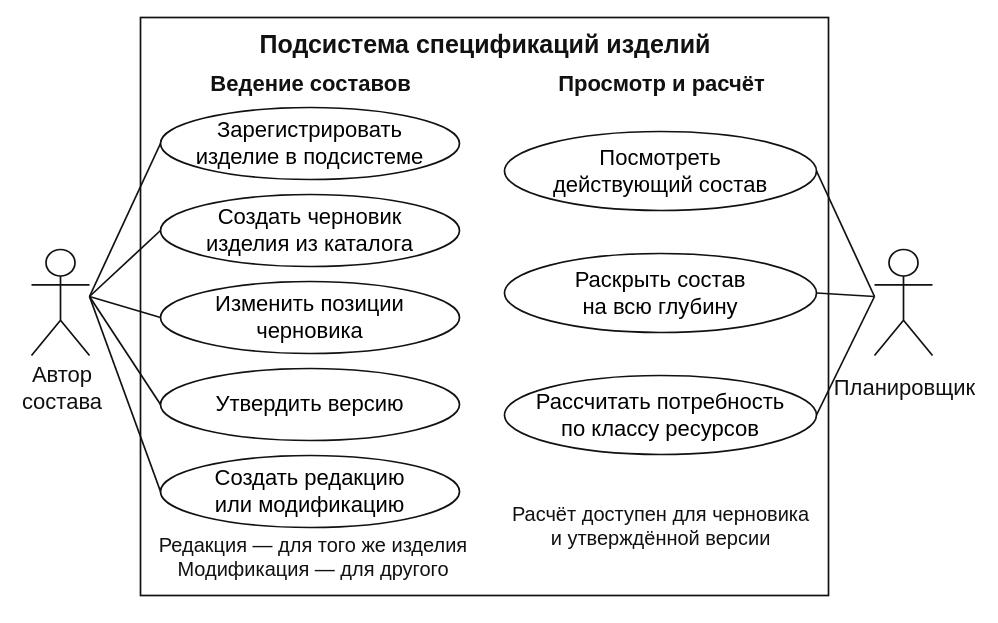
Above: page "2.1 Варианты использования" (2 of 5) of docs/bom/practice-5-diagrams.drawio in Vector513/classifier (draw.io), before the change. Source tidied: cells renumbered, new cells numbered last; positions are measured from the earlier drawing's top-left corner, leaving out a move shared by most shapes. Both pictures are drawn from the tidied source at 100%, with x=0, y=0 at pixel (20, 17).
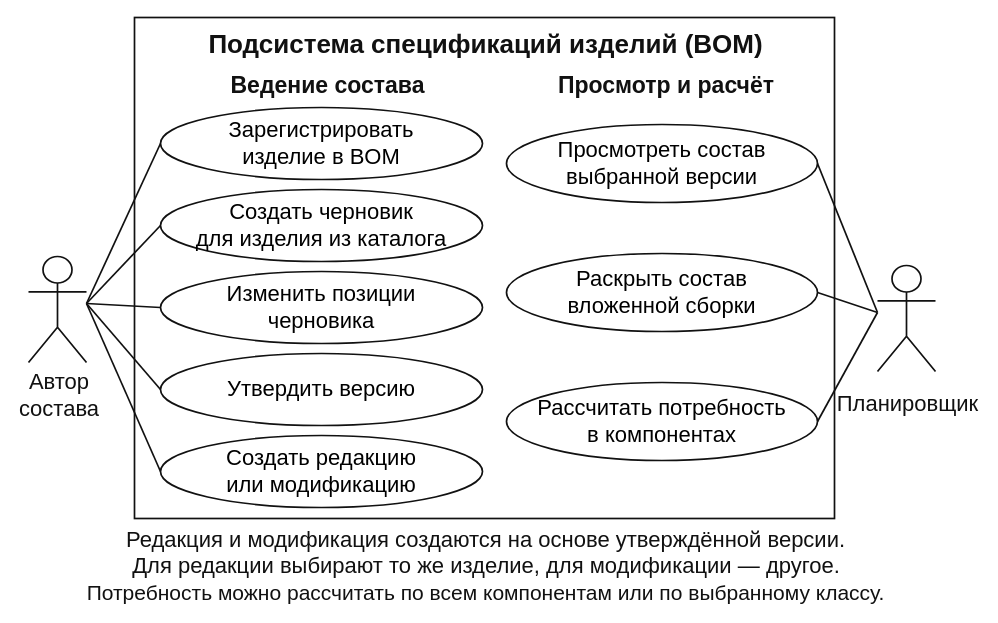
The same diagram, later.

Change to the diagram source:
```diff
@@
     <mxCell id="2" style="rounded=0;fillColor=none;strokeColor=#111111;strokeWidth=1.7;dashed=0;" parent="1" vertex="1">
-      <mxGeometry x="120" width="688" height="578" as="geometry" />
+      <mxGeometry x="114" width="700" height="501" as="geometry" />
     </mxCell>
-    <mxCell id="3" value="Подсистема спецификаций изделий" style="text;html=1;strokeColor=none;fillColor=none;align=center;verticalAlign=middle;whiteSpace=wrap;spacing=0;fontSize=25;fontColor=#111111;fontFamily=Arial;fontStyle=1;" parent="1" vertex="1">
-      <mxGeometry x="237.3" y="11.5" width="456.3" height="29" as="geometry" />
+    <mxCell id="3" value="Подсистема спецификаций изделий (BOM)" style="text;html=1;strokeColor=none;fillColor=none;align=center;verticalAlign=middle;whiteSpace=wrap;spacing=0;fontSize=26;fontColor=#111111;fontFamily=Arial;fontStyle=1;" parent="1" vertex="1">
+      <mxGeometry x="186.2" y="11.9" width="558.6" height="30.2" as="geometry" />
     </mxCell>
-    <mxCell id="4" value="Ведение составов" style="text;html=1;strokeColor=none;fillColor=none;align=center;verticalAlign=middle;whiteSpace=wrap;spacing=0;fontSize=22;fontColor=#111111;fontFamily=Arial;fontStyle=1;" parent="1" vertex="1">
-      <mxGeometry x="188.2" y="54.2" width="204.7" height="25.5" as="geometry" />
+    <mxCell id="4" value="Ведение состава" style="text;html=1;strokeColor=none;fillColor=none;align=center;verticalAlign=middle;whiteSpace=wrap;spacing=0;fontSize=23;fontColor=#111111;fontFamily=Arial;fontStyle=1;" parent="1" vertex="1">
+      <mxGeometry x="209.2" y="54.7" width="196.7" height="26.7" as="geometry" />
     </mxCell>
-    <mxCell id="5" value="Просмотр и расчёт" style="text;html=1;strokeColor=none;fillColor=none;align=center;verticalAlign=middle;whiteSpace=wrap;spacing=0;fontSize=22;fontColor=#111111;fontFamily=Arial;fontStyle=1;" parent="1" vertex="1">
-      <mxGeometry x="536.2" y="54.2" width="210.6" height="25.5" as="geometry" />
+    <mxCell id="5" value="Просмотр и расчёт" style="text;html=1;strokeColor=none;fillColor=none;align=center;verticalAlign=middle;whiteSpace=wrap;spacing=0;fontSize=23;fontColor=#111111;fontFamily=Arial;fontStyle=1;" parent="1" vertex="1">
+      <mxGeometry x="535.5" y="54.7" width="220" height="26.7" as="geometry" />
     </mxCell>
     <mxCell id="6" style="shape=umlActor;strokeColor=#111111;fillColor=#ffffff;strokeWidth=1.7;" parent="1" vertex="1">
-      <mxGeometry x="11" y="232" width="58" height="106" as="geometry" />
+      <mxGeometry x="8" y="239" width="58" height="106" as="geometry" />
     </mxCell>
     <mxCell id="7" value="Автор&lt;br&gt;состава" style="text;html=1;strokeColor=none;fillColor=none;align=center;verticalAlign=middle;whiteSpace=wrap;spacing=0;fontSize=22;fontColor=#111111;fontFamily=Arial;fontStyle=0;" parent="1" vertex="1">
-      <mxGeometry x="-0.3" y="345.5" width="83.7" height="51" as="geometry" />
+      <mxGeometry x="-3.3" y="352.5" width="83.7" height="51" as="geometry" />
     </mxCell>
     <mxCell id="8" style="shape=umlActor;strokeColor=#111111;fillColor=#ffffff;strokeWidth=1.7;" parent="1" vertex="1">
-      <mxGeometry x="854" y="232" width="58" height="106" as="geometry" />
+      <mxGeometry x="857" y="248" width="58" height="106" as="geometry" />
     </mxCell>
     <mxCell id="9" value="Планировщик" style="text;html=1;strokeColor=none;fillColor=none;align=center;verticalAlign=middle;whiteSpace=wrap;spacing=0;fontSize=22;fontColor=#111111;fontFamily=Arial;fontStyle=0;" parent="1" vertex="1">
-      <mxGeometry x="812.2" y="358.2" width="144.7" height="25.5" as="geometry" />
+      <mxGeometry x="815.2" y="374.2" width="144.7" height="25.5" as="geometry" />
     </mxCell>
-    <mxCell id="10" value="Зарегистрировать&lt;br&gt;изделие в подсистеме" style="ellipse;html=1;fillColor=#ffffff;strokeColor=#111111;strokeWidth=1.7;fontFamily=Arial;fontSize=22;whiteSpace=wrap;" parent="1" vertex="1">
-      <mxGeometry x="140" y="90" width="299" height="72" as="geometry" />
+    <mxCell id="10" value="Зарегистрировать&lt;br&gt;изделие в BOM" style="ellipse;html=1;fillColor=#ffffff;strokeColor=#111111;strokeWidth=1.7;fontFamily=Arial;fontSize=22;whiteSpace=wrap;" parent="1" vertex="1">
+      <mxGeometry x="140" y="90" width="322" height="72" as="geometry" />
     </mxCell>
-    <mxCell id="11" style="noEdgeStyle=1;rounded=0;strokeColor=#111111;strokeWidth=1.7;startArrow=none;endArrow=none;startFill=0;endFill=0;startSize=11;endSize=11;exitX=1.0000;exitY=0.4434;exitPerimeter=0;entryX=0.0000;entryY=0.5000;entryPerimeter=0;" parent="1" edge="1" source="6" target="10">
-      <mxGeometry relative="1" as="geometry" />
+    <mxCell id="11" value="Создать черновик&lt;br&gt;для изделия из каталога" style="ellipse;html=1;fillColor=#ffffff;strokeColor=#111111;strokeWidth=1.7;fontFamily=Arial;fontSize=22;whiteSpace=wrap;" parent="1" vertex="1">
+      <mxGeometry x="140" y="172" width="322" height="72" as="geometry" />
     </mxCell>
-    <mxCell id="12" value="Создать черновик&lt;br&gt;изделия из каталога" style="ellipse;html=1;fillColor=#ffffff;strokeColor=#111111;strokeWidth=1.7;fontFamily=Arial;fontSize=22;whiteSpace=wrap;" parent="1" vertex="1">
-      <mxGeometry x="140" y="177" width="299" height="72" as="geometry" />
+    <mxCell id="12" value="Изменить позиции&lt;br&gt;черновика" style="ellipse;html=1;fillColor=#ffffff;strokeColor=#111111;strokeWidth=1.7;fontFamily=Arial;fontSize=22;whiteSpace=wrap;" parent="1" vertex="1">
+      <mxGeometry x="140" y="254" width="322" height="72" as="geometry" />
     </mxCell>
-    <mxCell id="13" style="noEdgeStyle=1;rounded=0;strokeColor=#111111;strokeWidth=1.7;startArrow=none;endArrow=none;startFill=0;endFill=0;startSize=11;endSize=11;exitX=1.0000;exitY=0.4434;exitPerimeter=0;entryX=0.0000;entryY=0.5000;entryPerimeter=0;" parent="1" edge="1" source="6" target="12">
-      <mxGeometry relative="1" as="geometry" />
+    <mxCell id="13" value="Утвердить версию" style="ellipse;html=1;fillColor=#ffffff;strokeColor=#111111;strokeWidth=1.7;fontFamily=Arial;fontSize=22;whiteSpace=wrap;" parent="1" vertex="1">
+      <mxGeometry x="140" y="336" width="322" height="72" as="geometry" />
     </mxCell>
-    <mxCell id="14" value="Изменить позиции&lt;br&gt;черновика" style="ellipse;html=1;fillColor=#ffffff;strokeColor=#111111;strokeWidth=1.7;fontFamily=Arial;fontSize=22;whiteSpace=wrap;" parent="1" vertex="1">
-      <mxGeometry x="140" y="264" width="299" height="72" as="geometry" />
+    <mxCell id="14" value="Создать редакцию&lt;br&gt;или модификацию" style="ellipse;html=1;fillColor=#ffffff;strokeColor=#111111;strokeWidth=1.7;fontFamily=Arial;fontSize=22;whiteSpace=wrap;" parent="1" vertex="1">
+      <mxGeometry x="140" y="418" width="322" height="72" as="geometry" />
     </mxCell>
-    <mxCell id="15" style="noEdgeStyle=1;rounded=0;strokeColor=#111111;strokeWidth=1.7;startArrow=none;endArrow=none;startFill=0;endFill=0;startSize=11;endSize=11;exitX=1.0000;exitY=0.4434;exitPerimeter=0;entryX=0.0000;entryY=0.5000;entryPerimeter=0;" parent="1" edge="1" source="6" target="14">
+    <mxCell id="15" style="noEdgeStyle=1;rounded=0;strokeColor=#111111;strokeWidth=1.7;startArrow=none;endArrow=none;startFill=0;endFill=0;startSize=11;endSize=11;exitX=1.0000;exitY=0.4434;exitPerimeter=0;entryX=0.0000;entryY=0.5000;entryPerimeter=0;" parent="1" edge="1" source="6" target="10">
       <mxGeometry relative="1" as="geometry" />
     </mxCell>
-    <mxCell id="16" value="Утвердить версию" style="ellipse;html=1;fillColor=#ffffff;strokeColor=#111111;strokeWidth=1.7;fontFamily=Arial;fontSize=22;whiteSpace=wrap;" parent="1" vertex="1">
-      <mxGeometry x="140" y="351" width="299" height="72" as="geometry" />
+    <mxCell id="16" style="noEdgeStyle=1;rounded=0;strokeColor=#111111;strokeWidth=1.7;startArrow=none;endArrow=none;startFill=0;endFill=0;startSize=11;endSize=11;exitX=1.0000;exitY=0.4434;exitPerimeter=0;entryX=0.0000;entryY=0.5000;entryPerimeter=0;" parent="1" edge="1" source="6" target="11">
+      <mxGeometry relative="1" as="geometry" />
     </mxCell>
-    <mxCell id="17" style="noEdgeStyle=1;rounded=0;strokeColor=#111111;strokeWidth=1.7;startArrow=none;endArrow=none;startFill=0;endFill=0;startSize=11;endSize=11;exitX=1.0000;exitY=0.4434;exitPerimeter=0;entryX=0.0000;entryY=0.5000;entryPerimeter=0;" parent="1" edge="1" source="6" target="16">
+    <mxCell id="17" style="noEdgeStyle=1;rounded=0;strokeColor=#111111;strokeWidth=1.7;startArrow=none;endArrow=none;startFill=0;endFill=0;startSize=11;endSize=11;exitX=1.0000;exitY=0.4434;exitPerimeter=0;entryX=0.0000;entryY=0.5000;entryPerimeter=0;" parent="1" edge="1" source="6" target="12">
       <mxGeometry relative="1" as="geometry" />
     </mxCell>
-    <mxCell id="18" value="Создать редакцию&lt;br&gt;или модификацию" style="ellipse;html=1;fillColor=#ffffff;strokeColor=#111111;strokeWidth=1.7;fontFamily=Arial;fontSize=22;whiteSpace=wrap;" parent="1" vertex="1">
-      <mxGeometry x="140" y="438" width="299" height="72" as="geometry" />
+    <mxCell id="18" style="noEdgeStyle=1;rounded=0;strokeColor=#111111;strokeWidth=1.7;startArrow=none;endArrow=none;startFill=0;endFill=0;startSize=11;endSize=11;exitX=1.0000;exitY=0.4434;exitPerimeter=0;entryX=0.0000;entryY=0.5000;entryPerimeter=0;" parent="1" edge="1" source="6" target="13">
+      <mxGeometry relative="1" as="geometry" />
     </mxCell>
-    <mxCell id="19" style="noEdgeStyle=1;rounded=0;strokeColor=#111111;strokeWidth=1.7;startArrow=none;endArrow=none;startFill=0;endFill=0;startSize=11;endSize=11;exitX=1.0000;exitY=0.4434;exitPerimeter=0;entryX=0.0000;entryY=0.5000;entryPerimeter=0;" parent="1" edge="1" source="6" target="18">
+    <mxCell id="19" style="noEdgeStyle=1;rounded=0;strokeColor=#111111;strokeWidth=1.7;startArrow=none;endArrow=none;startFill=0;endFill=0;startSize=11;endSize=11;exitX=1.0000;exitY=0.4434;exitPerimeter=0;entryX=0.0000;entryY=0.5000;entryPerimeter=0;" parent="1" edge="1" source="6" target="14">
       <mxGeometry relative="1" as="geometry" />
     </mxCell>
-    <mxCell id="20" value="Посмотреть&lt;br&gt;действующий состав" style="ellipse;html=1;fillColor=#ffffff;strokeColor=#111111;strokeWidth=1.7;fontFamily=Arial;fontSize=22;whiteSpace=wrap;" parent="1" vertex="1">
-      <mxGeometry x="484" y="114" width="312" height="79" as="geometry" />
+    <mxCell id="20" value="Просмотреть состав&lt;br&gt;выбранной версии" style="ellipse;html=1;fillColor=#ffffff;strokeColor=#111111;strokeWidth=1.7;fontFamily=Arial;fontSize=22;whiteSpace=wrap;" parent="1" vertex="1">
+      <mxGeometry x="486" y="107" width="311" height="78" as="geometry" />
     </mxCell>
-    <mxCell id="21" style="noEdgeStyle=1;rounded=0;strokeColor=#111111;strokeWidth=1.7;startArrow=none;endArrow=none;startFill=0;endFill=0;startSize=11;endSize=11;exitX=0.0000;exitY=0.4434;exitPerimeter=0;entryX=1.0000;entryY=0.5000;entryPerimeter=0;" parent="1" edge="1" source="8" target="20">
-      <mxGeometry relative="1" as="geometry" />
+    <mxCell id="21" value="Раскрыть состав&lt;br&gt;вложенной сборки" style="ellipse;html=1;fillColor=#ffffff;strokeColor=#111111;strokeWidth=1.7;fontFamily=Arial;fontSize=22;whiteSpace=wrap;" parent="1" vertex="1">
+      <mxGeometry x="486" y="236" width="311" height="78" as="geometry" />
     </mxCell>
-    <mxCell id="22" value="Раскрыть состав&lt;br&gt;на всю глубину" style="ellipse;html=1;fillColor=#ffffff;strokeColor=#111111;strokeWidth=1.7;fontFamily=Arial;fontSize=22;whiteSpace=wrap;" parent="1" vertex="1">
-      <mxGeometry x="484" y="236" width="312" height="79" as="geometry" />
+    <mxCell id="22" value="Рассчитать потребность&lt;br&gt;в компонентах" style="ellipse;html=1;fillColor=#ffffff;strokeColor=#111111;strokeWidth=1.7;fontFamily=Arial;fontSize=22;whiteSpace=wrap;" parent="1" vertex="1">
+      <mxGeometry x="486" y="365" width="311" height="78" as="geometry" />
     </mxCell>
-    <mxCell id="23" style="noEdgeStyle=1;rounded=0;strokeColor=#111111;strokeWidth=1.7;startArrow=none;endArrow=none;startFill=0;endFill=0;startSize=11;endSize=11;exitX=0.0000;exitY=0.4434;exitPerimeter=0;entryX=1.0000;entryY=0.5000;entryPerimeter=0;" parent="1" edge="1" source="8" target="22">
+    <mxCell id="23" style="noEdgeStyle=1;rounded=0;strokeColor=#111111;strokeWidth=1.7;startArrow=none;endArrow=none;startFill=0;endFill=0;startSize=11;endSize=11;exitX=0.0000;exitY=0.4434;exitPerimeter=0;entryX=1.0000;entryY=0.5000;entryPerimeter=0;" parent="1" edge="1" source="8" target="20">
       <mxGeometry relative="1" as="geometry" />
     </mxCell>
-    <mxCell id="24" value="Рассчитать потребность&lt;br&gt;по классу ресурсов" style="ellipse;html=1;fillColor=#ffffff;strokeColor=#111111;strokeWidth=1.7;fontFamily=Arial;fontSize=22;whiteSpace=wrap;" parent="1" vertex="1">
-      <mxGeometry x="484" y="358" width="312" height="79" as="geometry" />
+    <mxCell id="24" style="noEdgeStyle=1;rounded=0;strokeColor=#111111;strokeWidth=1.7;startArrow=none;endArrow=none;startFill=0;endFill=0;startSize=11;endSize=11;exitX=0.0000;exitY=0.4434;exitPerimeter=0;entryX=1.0000;entryY=0.5000;entryPerimeter=0;" parent="1" edge="1" source="8" target="21">
+      <mxGeometry relative="1" as="geometry" />
     </mxCell>
-    <mxCell id="25" style="noEdgeStyle=1;rounded=0;strokeColor=#111111;strokeWidth=1.7;startArrow=none;endArrow=none;startFill=0;endFill=0;startSize=11;endSize=11;exitX=0.0000;exitY=0.4434;exitPerimeter=0;entryX=1.0000;entryY=0.5000;entryPerimeter=0;" parent="1" edge="1" source="8" target="24">
+    <mxCell id="25" style="noEdgeStyle=1;rounded=0;strokeColor=#111111;strokeWidth=1.7;startArrow=none;endArrow=none;startFill=0;endFill=0;startSize=11;endSize=11;exitX=0.0000;exitY=0.4434;exitPerimeter=0;entryX=1.0000;entryY=0.5000;entryPerimeter=0;" parent="1" edge="1" source="8" target="22">
       <mxGeometry relative="1" as="geometry" />
     </mxCell>
-    <mxCell id="26" value="Редакция — для того же изделия&lt;br&gt;Модификация — для другого" style="text;html=1;strokeColor=none;fillColor=none;align=center;verticalAlign=middle;whiteSpace=wrap;spacing=0;fontSize=20;fontColor=#111111;fontFamily=Arial;fontStyle=0;" parent="1" vertex="1">
-      <mxGeometry x="135.5" y="515.8" width="314" height="46.4" as="geometry" />
+    <mxCell id="26" value="Редакция и модификация создаются на основе утверждённой версии." style="text;html=1;strokeColor=none;fillColor=none;align=center;verticalAlign=middle;whiteSpace=wrap;spacing=0;fontSize=22;fontColor=#111111;fontFamily=Arial;fontStyle=0;" parent="1" vertex="1">
+      <mxGeometry x="102.2" y="510.2" width="726.6" height="25.5" as="geometry" />
     </mxCell>
-    <mxCell id="27" value="Расчёт доступен для черновика&lt;br&gt;и утверждённой версии" style="text;html=1;strokeColor=none;fillColor=none;align=center;verticalAlign=middle;whiteSpace=wrap;spacing=0;fontSize=20;fontColor=#111111;fontFamily=Arial;fontStyle=0;" parent="1" vertex="1">
-      <mxGeometry x="491" y="484.8" width="299" height="46.4" as="geometry" />
+    <mxCell id="27" value="Для редакции выбирают то же изделие, для модификации — другое." style="text;html=1;strokeColor=none;fillColor=none;align=center;verticalAlign=middle;whiteSpace=wrap;spacing=0;fontSize=22;fontColor=#111111;fontFamily=Arial;fontStyle=0;" parent="1" vertex="1">
+      <mxGeometry x="107.7" y="536.2" width="715.6" height="25.5" as="geometry" />
     </mxCell>
+    <mxCell id="28" value="Потребность можно рассчитать по всем компонентам или по выбранному классу." style="text;html=1;strokeColor=none;fillColor=none;align=center;verticalAlign=middle;whiteSpace=wrap;spacing=0;fontSize=21;fontColor=#111111;fontFamily=Arial;fontStyle=0;" parent="1" vertex="1">
+      <mxGeometry x="62" y="562.8" width="806.9" height="24.4" as="geometry" />
+    </mxCell>
```
